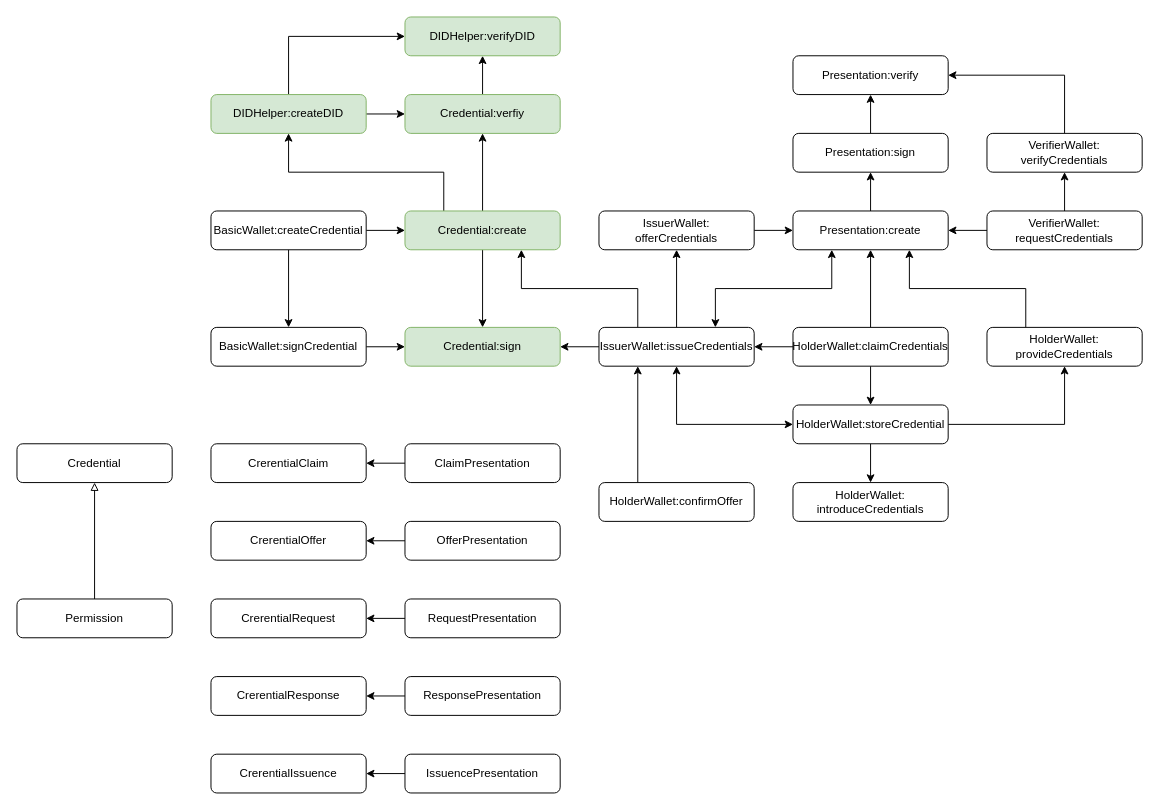
Above: page "Wallet Model" (5 of 7) of docs/MetaID Wallet.drawio in owlmeans/regov-ssi-mono (draw.io), before the change. Source tidied: cells renumbered, new cells numbered last; positions are measured from the earlier drawing's top-left corner, leaving out a move shared by most shapes. Both pictures are drawn from the tidied source at 97%, with x=0, y=0 at pixel (16, 16).
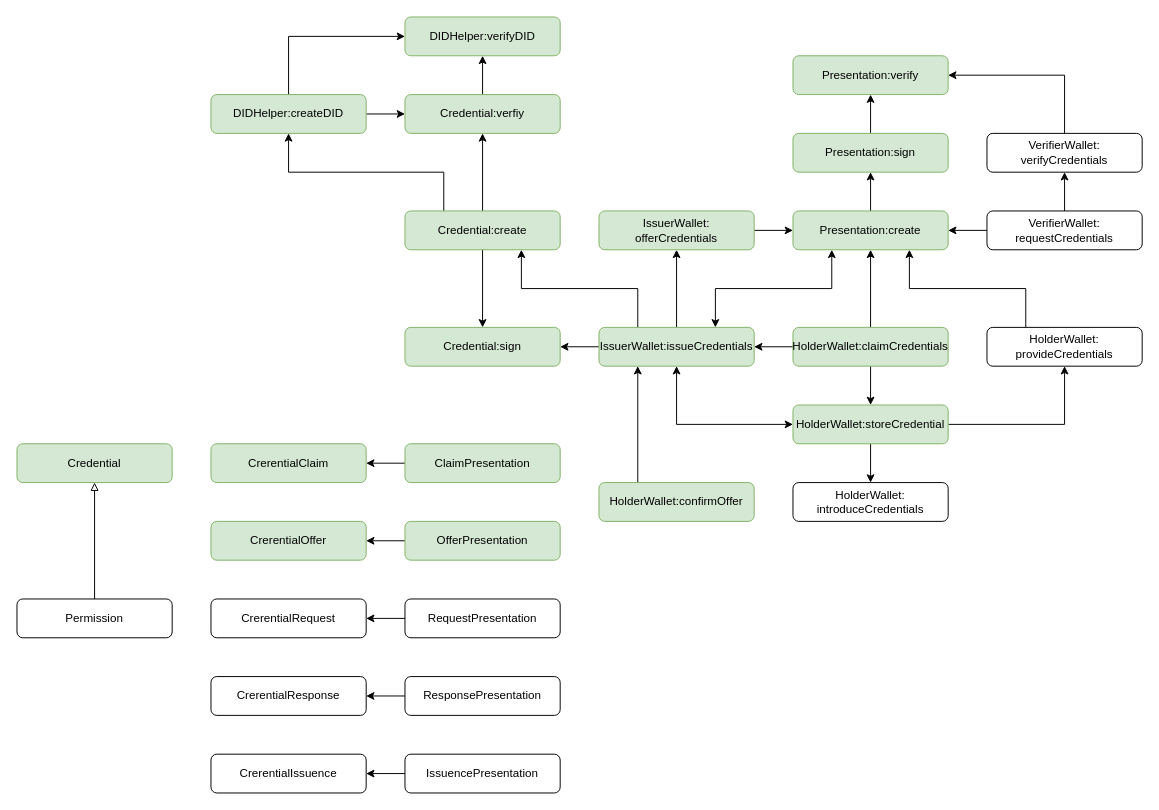
The same page after the edit.

Unchanged cells that the change refers to:
```xml
<mxCell id="10" value="Credential:create" style="rounded=1;whiteSpace=wrap;html=1;fillColor=#d5e8d4;strokeColor=#82b366;" parent="1" vertex="1">
  <mxGeometry x="400" y="200" width="160" height="40" as="geometry" />
</mxCell>
<mxCell id="18" value="Credential:sign" style="rounded=1;whiteSpace=wrap;html=1;fillColor=#d5e8d4;strokeColor=#82b366;" parent="1" vertex="1">
  <mxGeometry x="400" y="320" width="160" height="40" as="geometry" />
</mxCell>
```

What changed in the source:
```diff
@@
-    <mxCell id="2" style="edgeStyle=orthogonalEdgeStyle;rounded=0;jettySize=auto;html=1;exitX=1;exitY=0.5;exitDx=0;exitDy=0;" parent="1" edge="1" source="4" target="10">
-      <mxGeometry relative="1" as="geometry" />
-    </mxCell>
-    <mxCell id="3" style="edgeStyle=orthogonalEdgeStyle;rounded=0;jettySize=auto;html=1;exitX=0.5;exitY=1;exitDx=0;exitDy=0;" parent="1" edge="1" source="4" target="6">
-      <mxGeometry relative="1" as="geometry" />
-    </mxCell>
-    <mxCell id="4" value="BasicWallet:createCredential" style="rounded=1;whiteSpace=wrap;html=1;" parent="1" vertex="1">
-      <mxGeometry x="200" y="200" width="160" height="40" as="geometry" />
-    </mxCell>
-    <mxCell id="5" style="edgeStyle=orthogonalEdgeStyle;rounded=0;jettySize=auto;html=1;exitX=1;exitY=0.5;exitDx=0;exitDy=0;" parent="1" edge="1" source="6" target="18">
-      <mxGeometry relative="1" as="geometry" />
-    </mxCell>
-    <mxCell id="6" value="BasicWallet:signCredential" style="rounded=1;whiteSpace=wrap;html=1;" parent="1" vertex="1">
-      <mxGeometry x="200" y="320" width="160" height="40" as="geometry" />
-    </mxCell>
@@
-    <mxCell id="15" value="IssuerWallet:issueCredentials" style="rounded=1;whiteSpace=wrap;html=1;" parent="1" vertex="1">
+    <mxCell id="15" value="IssuerWallet:issueCredentials" style="rounded=1;whiteSpace=wrap;html=1;fillColor=#d5e8d4;strokeColor=#82b366;" parent="1" vertex="1">
       <mxGeometry x="600" y="320" width="160" height="40" as="geometry" />
     </mxCell>
@@
-    <mxCell id="22" value="HolderWallet:claimCredentials" style="rounded=1;whiteSpace=wrap;html=1;" parent="1" vertex="1">
+    <mxCell id="22" value="HolderWallet:claimCredentials" style="rounded=1;whiteSpace=wrap;html=1;fillColor=#d5e8d4;strokeColor=#82b366;" parent="1" vertex="1">
       <mxGeometry x="800" y="320" width="160" height="40" as="geometry" />
     </mxCell>
@@
-    <mxCell id="25" value="HolderWallet:storeCredential" style="rounded=1;whiteSpace=wrap;html=1;" parent="1" vertex="1">
+    <mxCell id="25" value="HolderWallet:storeCredential" style="rounded=1;whiteSpace=wrap;html=1;fillColor=#d5e8d4;strokeColor=#82b366;" parent="1" vertex="1">
       <mxGeometry x="800" y="400" width="160" height="40" as="geometry" />
     </mxCell>
@@
-    <mxCell id="31" value="Presentation:create" style="rounded=1;whiteSpace=wrap;html=1;" parent="1" vertex="1">
+    <mxCell id="31" value="Presentation:create" style="rounded=1;whiteSpace=wrap;html=1;fillColor=#d5e8d4;strokeColor=#82b366;" parent="1" vertex="1">
       <mxGeometry x="800" y="200" width="160" height="40" as="geometry" />
     </mxCell>
@@
-    <mxCell id="33" value="Presentation:sign" style="rounded=1;whiteSpace=wrap;html=1;" parent="1" vertex="1">
+    <mxCell id="33" value="Presentation:sign" style="rounded=1;whiteSpace=wrap;html=1;fillColor=#d5e8d4;strokeColor=#82b366;" parent="1" vertex="1">
       <mxGeometry x="800" y="120" width="160" height="40" as="geometry" />
     </mxCell>
-    <mxCell id="34" value="Presentation:verify" style="rounded=1;whiteSpace=wrap;html=1;" parent="1" vertex="1">
+    <mxCell id="34" value="Presentation:verify" style="rounded=1;whiteSpace=wrap;html=1;fillColor=#d5e8d4;strokeColor=#82b366;" parent="1" vertex="1">
       <mxGeometry x="800" y="40" width="160" height="40" as="geometry" />
     </mxCell>
@@
-    <mxCell id="40" value="IssuerWallet:&lt;br&gt;offerCredentials" style="rounded=1;whiteSpace=wrap;html=1;" parent="1" vertex="1">
+    <mxCell id="40" value="IssuerWallet:&lt;br&gt;offerCredentials" style="rounded=1;whiteSpace=wrap;html=1;fillColor=#d5e8d4;strokeColor=#82b366;" parent="1" vertex="1">
       <mxGeometry x="600" y="200" width="160" height="40" as="geometry" />
     </mxCell>
-    <mxCell id="41" value="CrerentialClaim" style="rounded=1;whiteSpace=wrap;html=1;" parent="1" vertex="1">
+    <mxCell id="41" value="CrerentialClaim" style="rounded=1;whiteSpace=wrap;html=1;fillColor=#d5e8d4;strokeColor=#82b366;" parent="1" vertex="1">
       <mxGeometry x="200" y="440" width="160" height="40" as="geometry" />
     </mxCell>
-    <mxCell id="42" value="CrerentialOffer" style="rounded=1;whiteSpace=wrap;html=1;" parent="1" vertex="1">
+    <mxCell id="42" value="CrerentialOffer" style="rounded=1;whiteSpace=wrap;html=1;fillColor=#d5e8d4;strokeColor=#82b366;" parent="1" vertex="1">
       <mxGeometry x="200" y="520" width="160" height="40" as="geometry" />
     </mxCell>
@@
-    <mxCell id="44" value="ClaimPresentation" style="rounded=1;whiteSpace=wrap;html=1;" parent="1" vertex="1">
+    <mxCell id="44" value="ClaimPresentation" style="rounded=1;whiteSpace=wrap;html=1;fillColor=#d5e8d4;strokeColor=#82b366;" parent="1" vertex="1">
       <mxGeometry x="400" y="440" width="160" height="40" as="geometry" />
     </mxCell>
@@
-    <mxCell id="46" value="OfferPresentation" style="rounded=1;whiteSpace=wrap;html=1;" parent="1" vertex="1">
+    <mxCell id="46" value="OfferPresentation" style="rounded=1;whiteSpace=wrap;html=1;fillColor=#d5e8d4;strokeColor=#82b366;" parent="1" vertex="1">
       <mxGeometry x="400" y="520" width="160" height="40" as="geometry" />
     </mxCell>
-    <mxCell id="47" value="Credential" style="rounded=1;whiteSpace=wrap;html=1;" parent="1" vertex="1">
+    <mxCell id="47" value="Credential" style="rounded=1;whiteSpace=wrap;html=1;fillColor=#d5e8d4;strokeColor=#82b366;" parent="1" vertex="1">
       <mxGeometry y="440" width="160" height="40" as="geometry" />
     </mxCell>
@@
-    <mxCell id="60" value="HolderWallet:confirmOffer" style="rounded=1;whiteSpace=wrap;html=1;" parent="1" vertex="1">
+    <mxCell id="60" value="HolderWallet:confirmOffer" style="rounded=1;whiteSpace=wrap;html=1;fillColor=#d5e8d4;strokeColor=#82b366;" parent="1" vertex="1">
       <mxGeometry x="600" y="480" width="160" height="40" as="geometry" />
     </mxCell>
```
